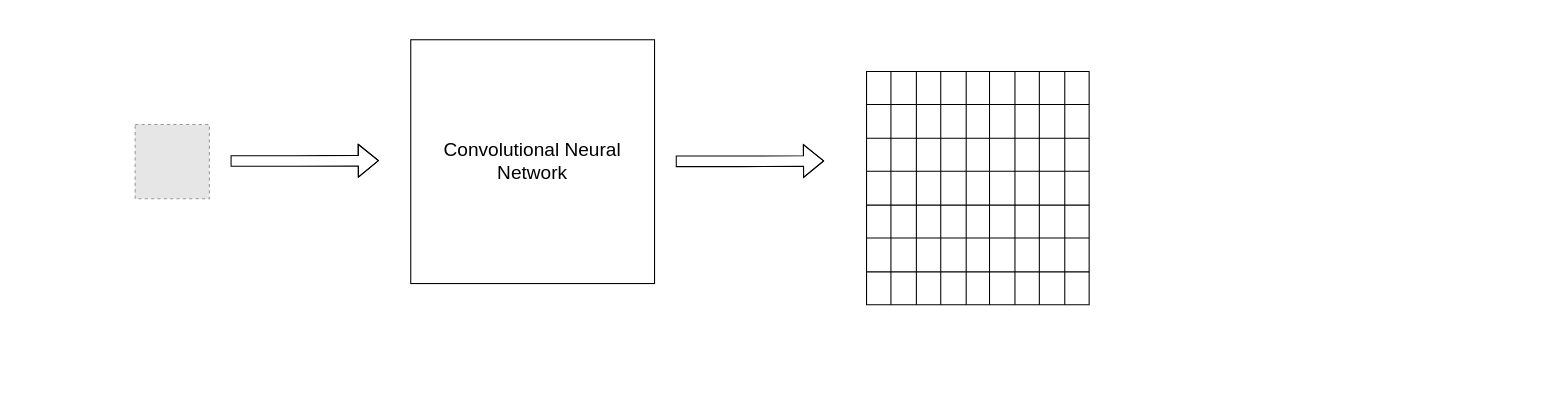
This is YOLO Diagram.drawio from l0eb/eyes, a draw.io file, before an edit. Source tidied: cells renumbered, new cells numbered last; positions are measured from the earlier drawing's top-left corner, leaving out a move shared by most shapes. Both pictures are drawn from the tidied source at 106%, with x=0, y=0 at pixel (135, 39). Pictures stored in the file or linked from it are replaced by grey dashed boxes.
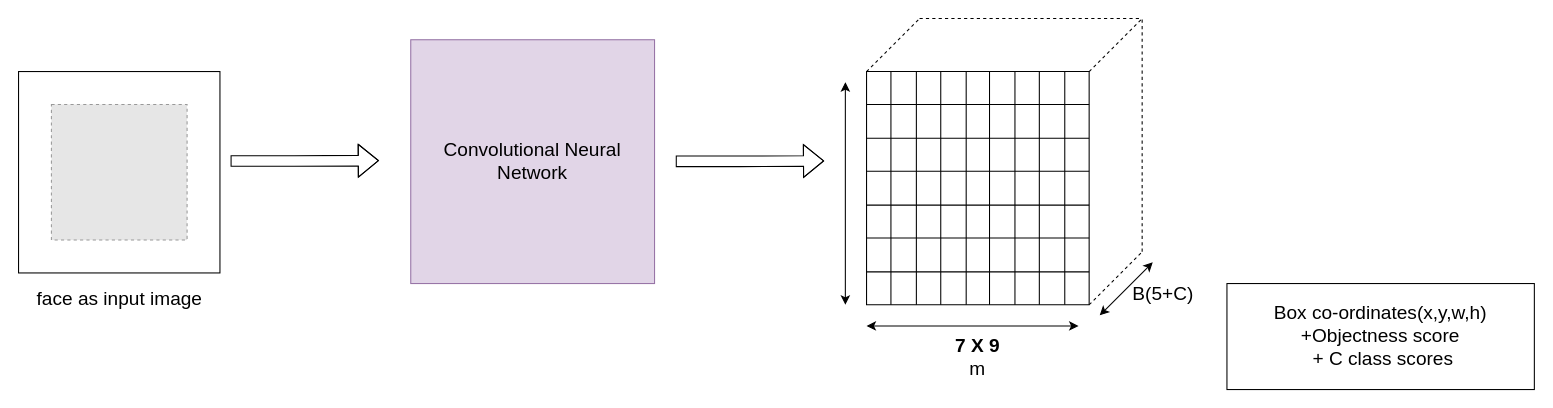
Above is the later version.

What changed in the source:
```diff
@@
-    <mxCell id="2" style="fillColor=#E6E6E6;strokeColor=#999999;dashed=1;html=1;verticalAlign=top;verticalLabelPosition=bottom;labelBackgroundColor=#ffffff;" parent="1" vertex="1">
-      <mxGeometry y="80" width="70" height="70" as="geometry" />
-    </mxCell>
@@
-    <mxCell id="4" value="&lt;font style=&quot;font-size: 18px;&quot;&gt;Convolutional Neural Network&lt;/font&gt;" style="whiteSpace=wrap;html=1;" parent="1" vertex="1">
+    <mxCell id="4" value="&lt;font style=&quot;font-size: 18px;&quot;&gt;Convolutional Neural Network&lt;/font&gt;" style="whiteSpace=wrap;html=1;fillColor=#e1d5e7;strokeColor=#9673a6;" parent="1" vertex="1">
       <mxGeometry x="260" width="230" height="230" as="geometry" />
     </mxCell>
@@
+    <mxCell id="77" style="endArrow=none;dashed=1;html=1;rounded=0;" parent="1" edge="1">
+      <mxGeometry relative="1" as="geometry">
+        <mxPoint x="900" y="30" as="sourcePoint" />
+        <mxPoint x="950" y="-20" as="targetPoint" />
+      </mxGeometry>
+    </mxCell>
+    <mxCell id="78" style="endArrow=none;dashed=1;html=1;rounded=0;" parent="1" edge="1">
+      <mxGeometry relative="1" as="geometry">
+        <mxPoint x="690" y="30" as="sourcePoint" />
+        <mxPoint x="740" y="-20" as="targetPoint" />
+      </mxGeometry>
+    </mxCell>
+    <mxCell id="79" style="endArrow=none;dashed=1;html=1;rounded=0;" parent="1" edge="1">
+      <mxGeometry relative="1" as="geometry">
+        <mxPoint x="900" y="250" as="sourcePoint" />
+        <mxPoint x="950" y="200" as="targetPoint" />
+      </mxGeometry>
+    </mxCell>
+    <mxCell id="80" style="endArrow=none;dashed=1;html=1;rounded=0;" parent="1" edge="1">
+      <mxGeometry relative="1" as="geometry">
+        <mxPoint x="740" y="-20" as="sourcePoint" />
+        <mxPoint x="950" y="-20" as="targetPoint" />
+      </mxGeometry>
+    </mxCell>
+    <mxCell id="81" style="endArrow=none;dashed=1;html=1;rounded=0;" parent="1" edge="1">
+      <mxGeometry relative="1" as="geometry">
+        <mxPoint x="950" y="200" as="sourcePoint" />
+        <mxPoint x="950" y="-20" as="targetPoint" />
+      </mxGeometry>
+    </mxCell>
+    <mxCell id="82" style="whiteSpace=wrap;html=1;" parent="1" vertex="1">
+      <mxGeometry x="-110" y="30" width="190" height="190" as="geometry" />
+    </mxCell>
+    <mxCell id="83" style="fillColor=#E6E6E6;strokeColor=#999999;dashed=1;html=1;verticalAlign=top;verticalLabelPosition=bottom;labelBackgroundColor=#ffffff;" parent="1" vertex="1">
+      <mxGeometry x="-79" y="61" width="128" height="128" as="geometry" />
+    </mxCell>
+    <mxCell id="84" value="&lt;font style=&quot;font-size: 18px;&quot;&gt;&lt;b&gt;7 X 9 &lt;/b&gt;m&lt;/font&gt;" style="text;html=1;strokeColor=none;fillColor=none;align=center;verticalAlign=middle;whiteSpace=wrap;rounded=0;" parent="1" vertex="1">
+      <mxGeometry x="765" y="285" width="60" height="30" as="geometry" />
+    </mxCell>
+    <mxCell id="85" style="endArrow=classic;startArrow=classic;html=1;rounded=0;fontSize=18;" parent="1" edge="1">
+      <mxGeometry relative="1" as="geometry">
+        <mxPoint x="910" y="260" as="sourcePoint" />
+        <mxPoint x="960" y="210" as="targetPoint" />
+      </mxGeometry>
+    </mxCell>
+    <mxCell id="86" style="endArrow=classic;startArrow=classic;html=1;rounded=0;fontSize=18;" parent="1" edge="1">
+      <mxGeometry relative="1" as="geometry">
+        <mxPoint x="690" y="270" as="sourcePoint" />
+        <mxPoint x="890" y="270" as="targetPoint" />
+      </mxGeometry>
+    </mxCell>
+    <mxCell id="87" style="endArrow=classic;startArrow=classic;html=1;rounded=0;fontSize=18;" parent="1" edge="1">
+      <mxGeometry relative="1" as="geometry">
+        <mxPoint x="670" y="250" as="sourcePoint" />
+        <mxPoint x="670" y="40" as="targetPoint" />
+      </mxGeometry>
+    </mxCell>
+    <mxCell id="88" value="B(5+C)" style="text;html=1;strokeColor=none;fillColor=none;align=center;verticalAlign=middle;whiteSpace=wrap;rounded=0;fontSize=18;" parent="1" vertex="1">
+      <mxGeometry x="940" y="220" width="60" height="40" as="geometry" />
+    </mxCell>
+    <mxCell id="89" value="&lt;div&gt;face as input image&lt;/div&gt;" style="text;html=1;strokeColor=none;fillColor=none;align=center;verticalAlign=middle;whiteSpace=wrap;rounded=0;fontSize=18;" parent="1" vertex="1">
+      <mxGeometry x="-97.5" y="230" width="165" height="30" as="geometry" />
+    </mxCell>
+    <mxCell id="90" value="&lt;div&gt;Box co-ordinates(x,y,w,h)&lt;/div&gt;&lt;div&gt;+Objectness score&lt;/div&gt;&lt;div&gt;&amp;nbsp;+ C class scores&lt;/div&gt;" style="rounded=0;whiteSpace=wrap;html=1;fontSize=18;fillColor=none;" parent="1" vertex="1">
+      <mxGeometry x="1030" y="230" width="290" height="100" as="geometry" />
+    </mxCell>
```
